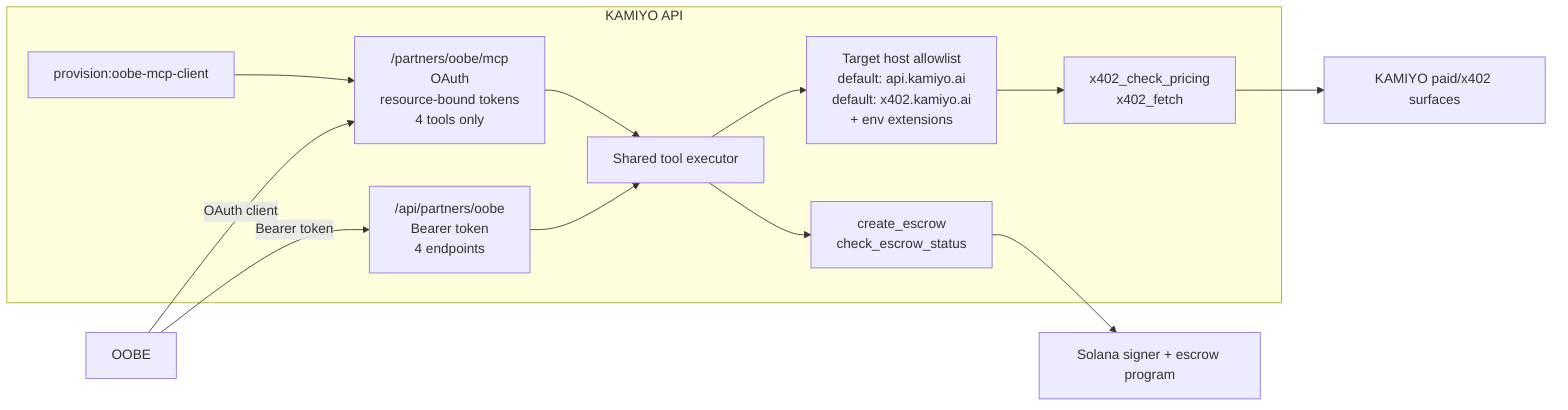
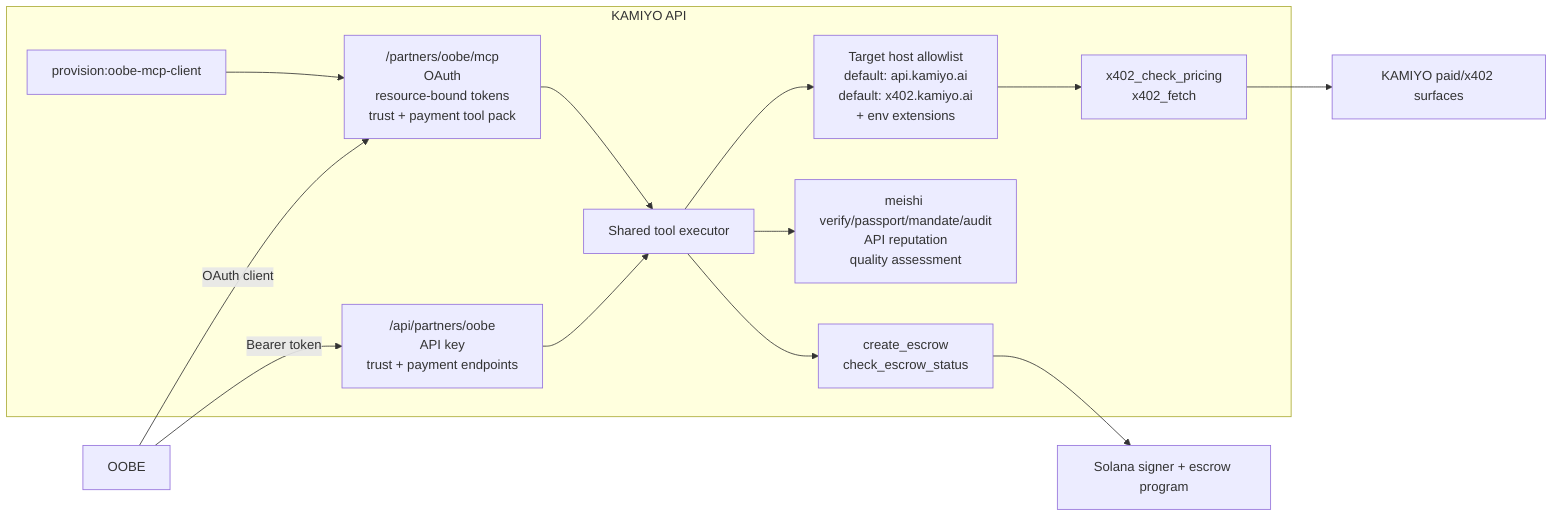
flowchart LR
  O["OOBE"]

  subgraph K["KAMIYO API"]
-     MCP["/partners/oobe/mcp<br/>OAuth<br/>resource-bound tokens<br/>4 tools only"]
-     HTTP["/api/partners/oobe<br/>Bearer token<br/>4 endpoints"]
+     MCP["/partners/oobe/mcp<br/>OAuth<br/>resource-bound tokens<br/>trust + payment tool pack"]
+     HTTP["/api/partners/oobe<br/>API key<br/>trust + payment endpoints"]
    EXEC["Shared tool executor"]
    POLICY["Target host allowlist<br/>default: api.kamiyo.ai<br/>default: x402.kamiyo.ai<br/>+ env extensions"]
+     TRUST["meishi verify/passport/mandate/audit<br/>API reputation<br/>quality assessment"]
    X402["x402_check_pricing<br/>x402_fetch"]
    ESCROW["create_escrow<br/>check_escrow_status"]
    PROV["provision:oobe-mcp-client"]
  end

  PAID["KAMIYO paid/x402 surfaces"]
  SOL["Solana signer + escrow program"]

  O -->|OAuth client| MCP
  O -->|Bearer token| HTTP
  PROV --> MCP

  MCP --> EXEC
  HTTP --> EXEC

  EXEC --> POLICY
+   EXEC --> TRUST
  POLICY --> X402
  EXEC --> ESCROW

  X402 --> PAID
  ESCROW --> SOL
